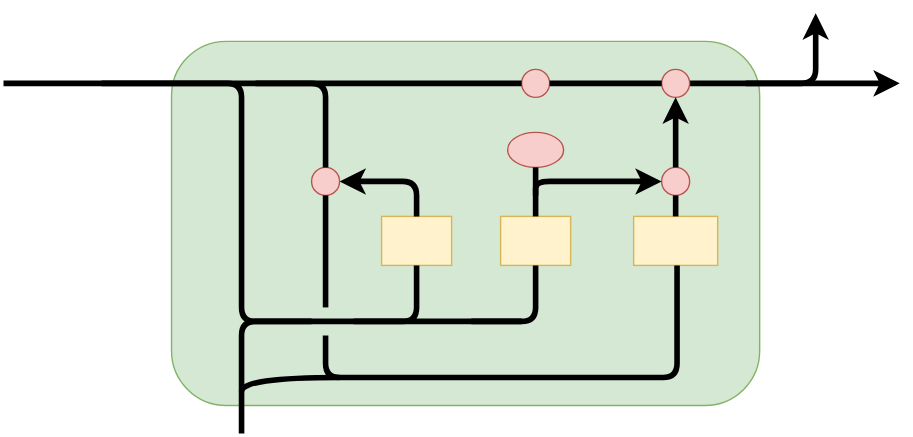
Earlier version of the draw.io export img/Untitled Diagram.svg (zhangxixi0904/ImgHouse). Source tidied: cells renumbered, new cells last; positions are measured from the earlier drawing's top-left corner, leaving out a move shared by most shapes.
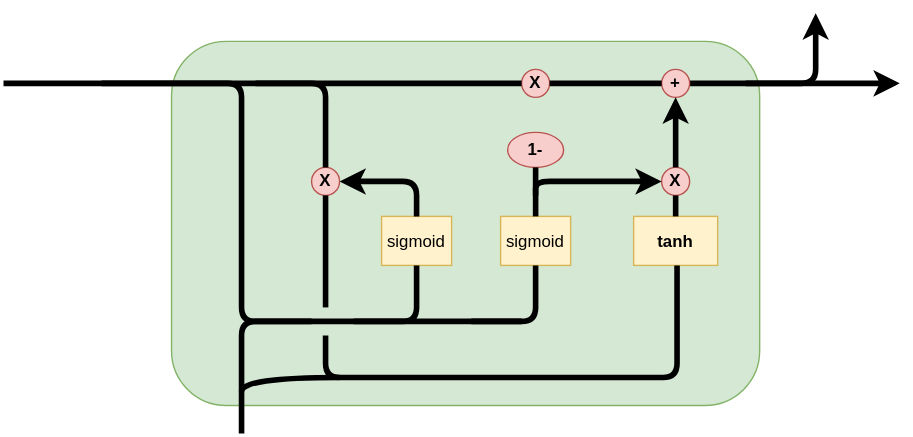
The same file after the commit.

What changed in the source:
```diff
@@ -16,19 +16,19 @@
         <mxPoint x="580" as="targetPoint" />
       </mxGeometry>
     </mxCell>
-    <mxCell id="5" style="rounded=0;whiteSpace=wrap;html=1;fillColor=#fff2cc;strokeColor=#d6b656;" parent="1" vertex="1">
+    <mxCell id="5" value="sigmoid" style="rounded=0;whiteSpace=wrap;html=1;fillColor=#fff2cc;strokeColor=#d6b656;" parent="1" vertex="1">
       <mxGeometry x="355" y="145" width="50" height="35" as="geometry" />
     </mxCell>
-    <mxCell id="6" style="rounded=0;whiteSpace=wrap;html=1;fillColor=#fff2cc;strokeColor=#d6b656;" parent="1" vertex="1">
+    <mxCell id="6" value="&lt;b&gt;tanh&lt;/b&gt;" style="rounded=0;whiteSpace=wrap;html=1;fillColor=#fff2cc;strokeColor=#d6b656;" parent="1" vertex="1">
       <mxGeometry x="450" y="145" width="60" height="35" as="geometry" />
     </mxCell>
-    <mxCell id="7" style="rounded=0;whiteSpace=wrap;html=1;fillColor=#fff2cc;strokeColor=#d6b656;" parent="1" vertex="1">
+    <mxCell id="7" value="sigmoid" style="rounded=0;whiteSpace=wrap;html=1;fillColor=#fff2cc;strokeColor=#d6b656;" parent="1" vertex="1">
       <mxGeometry x="270" y="145" width="50" height="35" as="geometry" />
     </mxCell>
-    <mxCell id="8" style="ellipse;whiteSpace=wrap;html=1;fillColor=#f8cecc;strokeColor=#b85450;" parent="1" vertex="1">
+    <mxCell id="8" value="&lt;b&gt;X&lt;/b&gt;" style="ellipse;whiteSpace=wrap;html=1;fillColor=#f8cecc;strokeColor=#b85450;" parent="1" vertex="1">
       <mxGeometry x="220" y="110" width="20" height="20" as="geometry" />
     </mxCell>
-    <mxCell id="9" style="ellipse;whiteSpace=wrap;html=1;fillColor=#f8cecc;strokeColor=#b85450;" parent="1" vertex="1">
+    <mxCell id="9" value="&lt;b&gt;X&lt;/b&gt;" style="ellipse;whiteSpace=wrap;html=1;fillColor=#f8cecc;strokeColor=#b85450;" parent="1" vertex="1">
       <mxGeometry x="370" y="40" width="20" height="20" as="geometry" />
     </mxCell>
     <mxCell id="10" style="endArrow=none;html=1;strokeWidth=4;endFill=0;" parent="1" edge="1" target="9">
@@ -36,16 +36,16 @@
         <mxPoint x="70" y="50" as="sourcePoint" />
       </mxGeometry>
     </mxCell>
-    <mxCell id="11" style="ellipse;whiteSpace=wrap;html=1;fillColor=#f8cecc;strokeColor=#b85450;" parent="1" vertex="1">
+    <mxCell id="11" value="&lt;b&gt;+&lt;/b&gt;" style="ellipse;whiteSpace=wrap;html=1;fillColor=#f8cecc;strokeColor=#b85450;" parent="1" vertex="1">
       <mxGeometry x="470" y="40" width="20" height="20" as="geometry" />
     </mxCell>
     <mxCell id="12" style="endArrow=none;html=1;strokeWidth=4;endFill=0;" parent="1" edge="1" source="9" target="11">
       <mxGeometry relative="1" as="geometry" />
     </mxCell>
-    <mxCell id="13" style="ellipse;whiteSpace=wrap;html=1;fillColor=#f8cecc;strokeColor=#b85450;" parent="1" vertex="1">
+    <mxCell id="13" value="&lt;b&gt;1-&lt;/b&gt;" style="ellipse;whiteSpace=wrap;html=1;fillColor=#f8cecc;strokeColor=#b85450;" parent="1" vertex="1">
       <mxGeometry x="360" y="85" width="40" height="25" as="geometry" />
     </mxCell>
-    <mxCell id="14" style="ellipse;whiteSpace=wrap;html=1;fillColor=#f8cecc;strokeColor=#b85450;" parent="1" vertex="1">
+    <mxCell id="14" value="&lt;b&gt;X&lt;/b&gt;" style="ellipse;whiteSpace=wrap;html=1;fillColor=#f8cecc;strokeColor=#b85450;" parent="1" vertex="1">
       <mxGeometry x="470" y="110" width="20" height="20" as="geometry" />
     </mxCell>
     <mxCell id="15" style="edgeStyle=elbowEdgeStyle;endArrow=none;html=1;strokeWidth=4;endFill=0;" parent="1" edge="1">
```
